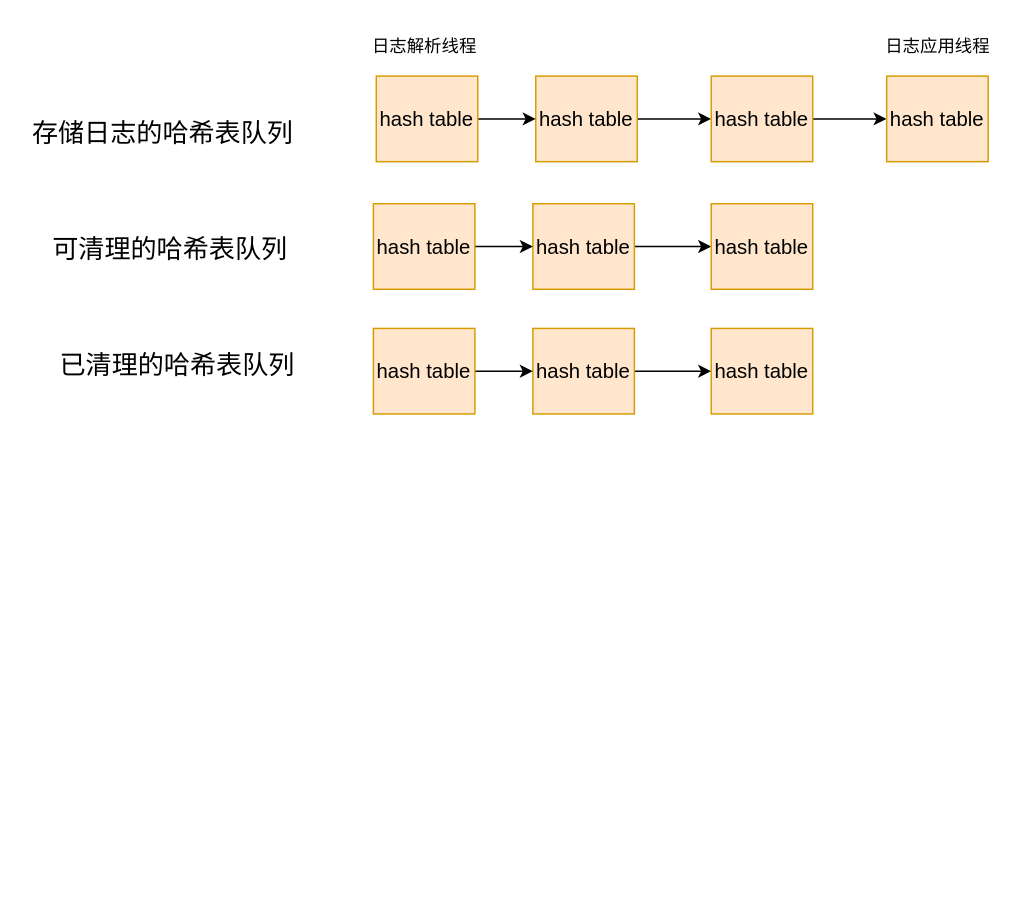
Earlier version of the draw.io diagram NCNDB/log_parse_and_apply.drawio (huangyachao/drawio). Source tidied: cells renumbered, new cells numbered last; positions are measured from the earlier drawing's top-left corner, leaving out a move shared by most shapes. Both pictures are drawn from the tidied source at 145%, with x=0, y=0 at pixel (25, 25).
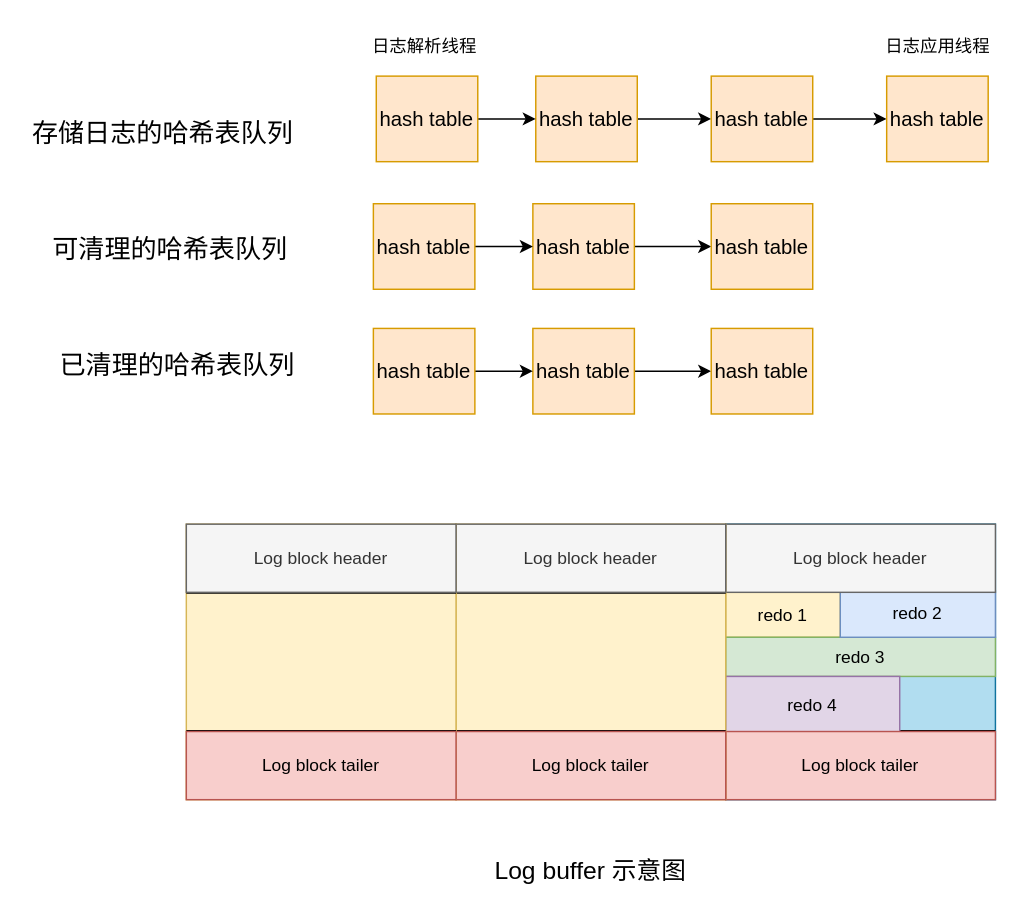
The same diagram, later.

The edit, as a diff of the source:
```diff
@@
+    <mxCell id="24" style="rounded=0;whiteSpace=wrap;html=1;fillColor=#b1ddf0;strokeColor=#10739e;" parent="1" vertex="1">
+      <mxGeometry x="483" y="344" width="186" height="190" as="geometry" />
+    </mxCell>
+    <mxCell id="25" style="endArrow=none;html=1;rounded=0;exitX=0;exitY=0.25;exitDx=0;exitDy=0;entryX=1;entryY=0.25;entryDx=0;entryDy=0;" parent="1" edge="1" source="24" target="24">
+      <mxGeometry relative="1" as="geometry" />
+    </mxCell>
+    <mxCell id="26" style="endArrow=none;html=1;rounded=0;exitX=0;exitY=0.75;exitDx=0;exitDy=0;entryX=1;entryY=0.75;entryDx=0;entryDy=0;" parent="1" edge="1" source="24" target="24">
+      <mxGeometry relative="1" as="geometry" />
+    </mxCell>
+    <mxCell id="27" value="redo 1" style="rounded=0;whiteSpace=wrap;html=1;fillColor=#fff2cc;strokeColor=#d6b656;" parent="1" vertex="1">
+      <mxGeometry x="483" y="391" width="79" height="31" as="geometry" />
+    </mxCell>
+    <mxCell id="28" value="redo 3" style="rounded=0;whiteSpace=wrap;html=1;fillColor=#d5e8d4;strokeColor=#82b366;" parent="1" vertex="1">
+      <mxGeometry x="483" y="422" width="186" height="27" as="geometry" />
+    </mxCell>
+    <mxCell id="29" value="redo 2" style="text;html=1;strokeColor=#6c8ebf;fillColor=#dae8fc;align=center;verticalAlign=middle;whiteSpace=wrap;rounded=0;" parent="1" vertex="1">
+      <mxGeometry x="562" y="390" width="107" height="32" as="geometry" />
+    </mxCell>
+    <mxCell id="30" value="redo 4" style="rounded=0;whiteSpace=wrap;html=1;fillColor=#e1d5e7;strokeColor=#9673a6;" parent="1" vertex="1">
+      <mxGeometry x="483" y="449" width="120" height="39" as="geometry" />
+    </mxCell>
+    <mxCell id="31" value="Log block header" style="rounded=0;whiteSpace=wrap;html=1;fillColor=#f5f5f5;strokeColor=#666666;fontColor=#333333;" parent="1" vertex="1">
+      <mxGeometry x="483" y="344" width="186" height="47" as="geometry" />
+    </mxCell>
+    <mxCell id="32" value="Log block tailer" style="rounded=0;whiteSpace=wrap;html=1;fillColor=#f8cecc;strokeColor=#b85450;" parent="1" vertex="1">
+      <mxGeometry x="483" y="487" width="186" height="47" as="geometry" />
+    </mxCell>
+    <mxCell id="33" style="rounded=0;whiteSpace=wrap;html=1;fillColor=#fff2cc;strokeColor=#d6b656;" parent="1" vertex="1">
+      <mxGeometry x="297" y="344" width="186" height="190" as="geometry" />
+    </mxCell>
+    <mxCell id="34" style="endArrow=none;html=1;rounded=0;exitX=0;exitY=0.25;exitDx=0;exitDy=0;entryX=1;entryY=0.25;entryDx=0;entryDy=0;" parent="1" edge="1" source="33" target="33">
+      <mxGeometry relative="1" as="geometry" />
+    </mxCell>
+    <mxCell id="35" style="endArrow=none;html=1;rounded=0;exitX=0;exitY=0.75;exitDx=0;exitDy=0;entryX=1;entryY=0.75;entryDx=0;entryDy=0;" parent="1" edge="1" source="33" target="33">
+      <mxGeometry relative="1" as="geometry" />
+    </mxCell>
+    <mxCell id="36" value="Log block header" style="rounded=0;whiteSpace=wrap;html=1;fillColor=#f5f5f5;strokeColor=#666666;fontColor=#333333;" parent="1" vertex="1">
+      <mxGeometry x="297" y="344" width="186" height="47" as="geometry" />
+    </mxCell>
+    <mxCell id="37" value="Log block tailer" style="rounded=0;whiteSpace=wrap;html=1;fillColor=#f8cecc;strokeColor=#b85450;" parent="1" vertex="1">
+      <mxGeometry x="297" y="487" width="186" height="47" as="geometry" />
+    </mxCell>
+    <mxCell id="38" style="rounded=0;whiteSpace=wrap;html=1;fillColor=#fff2cc;strokeColor=#d6b656;" parent="1" vertex="1">
+      <mxGeometry x="111" y="344" width="186" height="190" as="geometry" />
+    </mxCell>
+    <mxCell id="39" style="endArrow=none;html=1;rounded=0;exitX=0;exitY=0.25;exitDx=0;exitDy=0;entryX=1;entryY=0.25;entryDx=0;entryDy=0;" parent="1" edge="1" source="38" target="38">
+      <mxGeometry relative="1" as="geometry" />
+    </mxCell>
+    <mxCell id="40" style="endArrow=none;html=1;rounded=0;exitX=0;exitY=0.75;exitDx=0;exitDy=0;entryX=1;entryY=0.75;entryDx=0;entryDy=0;" parent="1" edge="1" source="38" target="38">
+      <mxGeometry relative="1" as="geometry" />
+    </mxCell>
+    <mxCell id="41" value="Log block header" style="rounded=0;whiteSpace=wrap;html=1;fillColor=#f5f5f5;strokeColor=#666666;fontColor=#333333;" parent="1" vertex="1">
+      <mxGeometry x="111" y="344" width="186" height="47" as="geometry" />
+    </mxCell>
+    <mxCell id="42" value="Log block tailer" style="rounded=0;whiteSpace=wrap;html=1;fillColor=#f8cecc;strokeColor=#b85450;" parent="1" vertex="1">
+      <mxGeometry x="111" y="487" width="186" height="47" as="geometry" />
+    </mxCell>
+    <mxCell id="43" value="&lt;font style=&quot;font-size: 17px;&quot;&gt;Log buffer 示意图&lt;/font&gt;" style="text;html=1;strokeColor=none;fillColor=none;align=center;verticalAlign=middle;whiteSpace=wrap;rounded=0;" parent="1" vertex="1">
+      <mxGeometry x="301" y="569" width="178" height="30" as="geometry" />
+    </mxCell>
```
